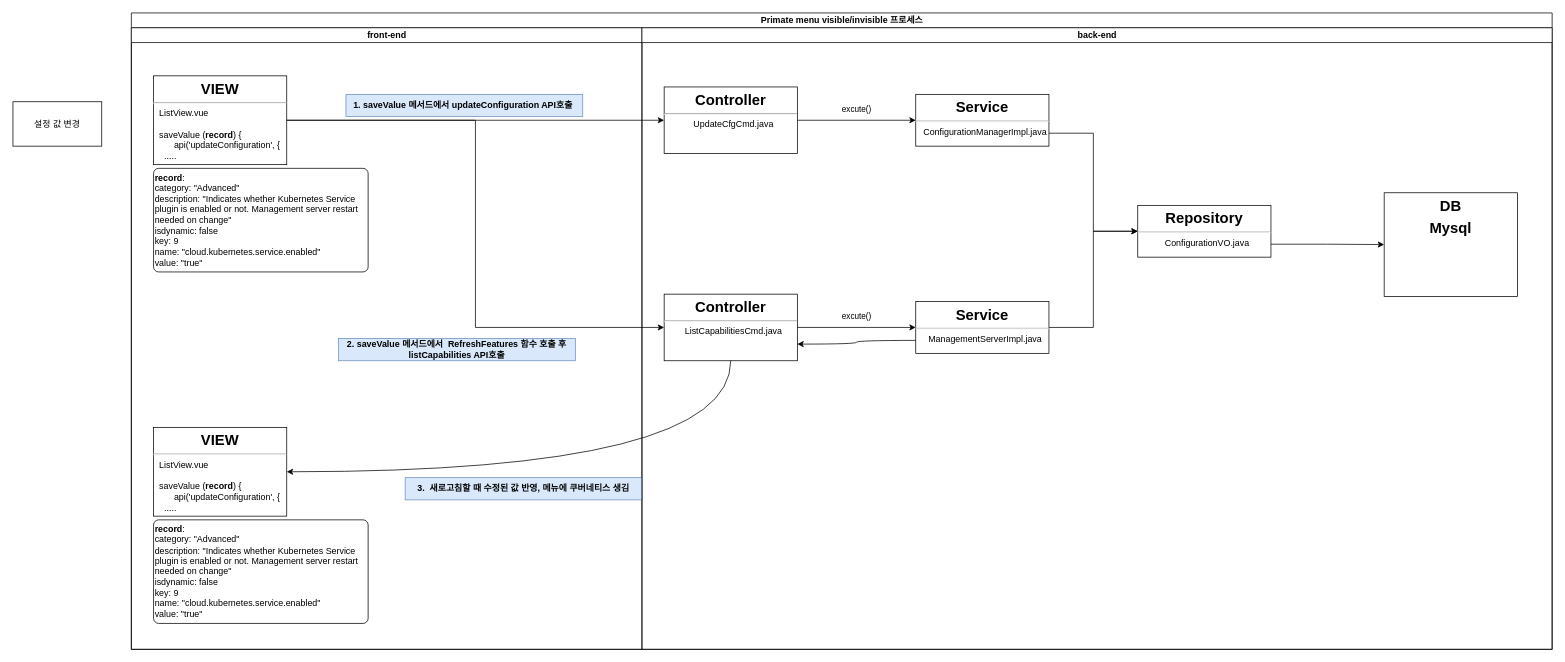
stardom3645/wiki keeps this draw.io diagram as page "페이지-2" (2 of 2) of kuber메뉴.drawio. Above is the earlier version. Source tidied: cells renumbered, new cells numbered last; positions are measured from the earlier drawing's top-left corner, leaving out a move shared by most shapes. Both pictures are drawn from the tidied source at 74%, with x=0, y=0 at pixel (13, 13).
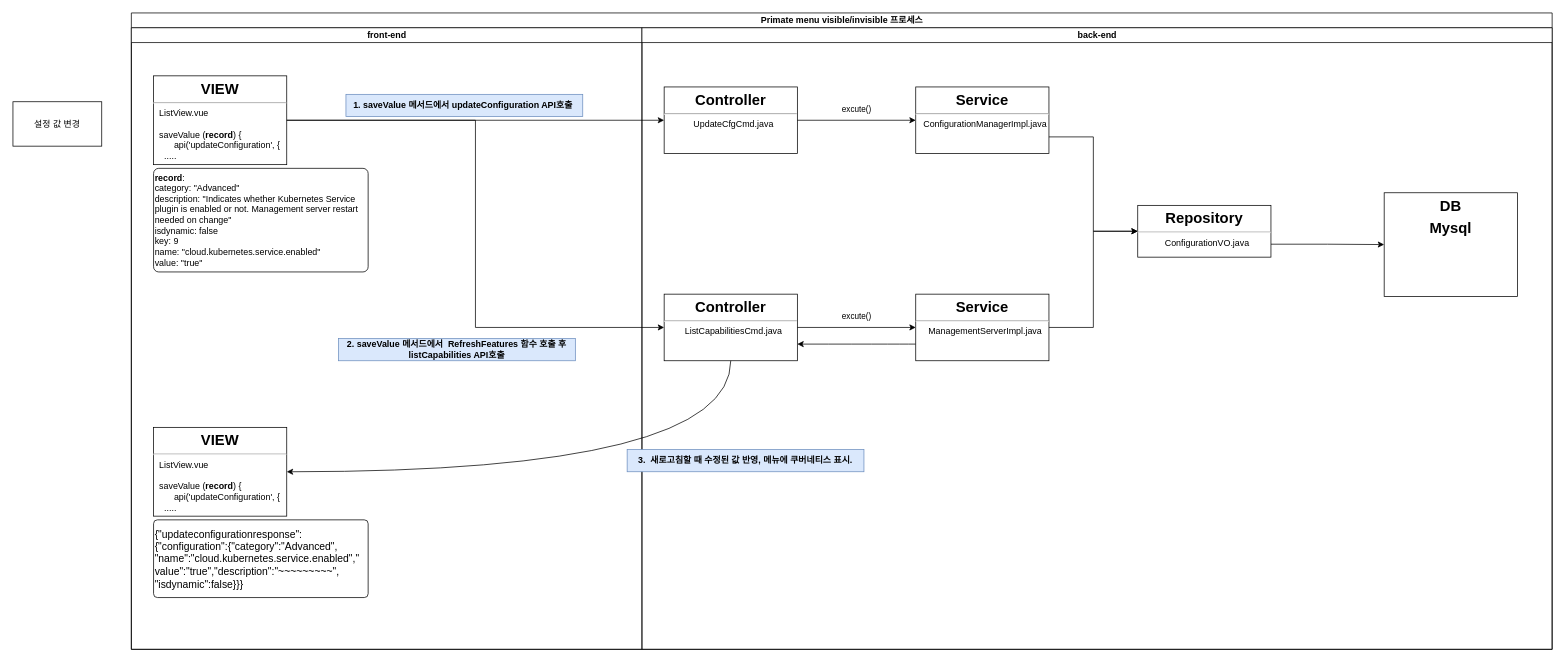
After the change.

Commit message:
kuber메뉴.drawio 업데이트

The change refers to these unchanged cells:
```xml
<mxCell id="3" value="front-end" style="swimlane;html=1;startSize=20;" parent="2" vertex="1">
  <mxGeometry y="20" width="690" height="840" as="geometry" />
</mxCell>
<mxCell id="12" value="back-end" style="swimlane;html=1;startSize=20;" parent="2" vertex="1">
  <mxGeometry x="690" y="20" width="1230" height="840" as="geometry" />
</mxCell>
```

Diff of the diagram source:
```diff
@@
-    <mxCell id="9" value="&lt;div&gt;&lt;font style=&quot;font-size: 12px&quot;&gt;&lt;b&gt;record&lt;/b&gt;:&lt;/font&gt;&lt;/div&gt;&lt;div&gt;&lt;font style=&quot;font-size: 12px&quot;&gt;category: &quot;Advanced&quot;&lt;/font&gt;&lt;/div&gt;&lt;div&gt;&lt;font style=&quot;font-size: 12px&quot;&gt;description: &quot;Indicates whether Kubernetes Service plugin is enabled or not. Management server restart needed on change&quot;&lt;/font&gt;&lt;/div&gt;&lt;div&gt;&lt;font style=&quot;font-size: 12px&quot;&gt;isdynamic: false&lt;/font&gt;&lt;/div&gt;&lt;div&gt;&lt;font style=&quot;font-size: 12px&quot;&gt;key: 9&lt;/font&gt;&lt;/div&gt;&lt;div&gt;&lt;font style=&quot;font-size: 12px&quot;&gt;name: &quot;cloud.kubernetes.service.enabled&quot;&lt;/font&gt;&lt;/div&gt;&lt;div&gt;&lt;font style=&quot;font-size: 12px&quot;&gt;value: &quot;true&quot;&lt;/font&gt;&lt;/div&gt;" style="rounded=1;whiteSpace=wrap;html=1;strokeColor=#000000;align=left;arcSize=5;" parent="3" vertex="1">
-      <mxGeometry x="30" y="665" width="290" height="140" as="geometry" />
+    <mxCell id="9" value="&lt;font style=&quot;font-size: 14px&quot;&gt;{&quot;updateconfigurationresponse&quot;:{&quot;configuration&quot;:{&quot;category&quot;:&quot;Advanced&quot;,&lt;br&gt;&quot;name&quot;:&quot;cloud.kubernetes.service.enabled&quot;,&quot;&lt;br&gt;&lt;/font&gt;&lt;div style=&quot;font-size: 14px&quot;&gt;value&quot;:&quot;true&quot;,&quot;description&quot;:&quot;~~~~~~~~~&quot;,&lt;/div&gt;&lt;div style=&quot;font-size: 14px&quot;&gt;&quot;isdynamic&quot;:false}}}&lt;/div&gt;" style="rounded=1;whiteSpace=wrap;html=1;strokeColor=#000000;align=left;arcSize=5;" parent="3" vertex="1">
+      <mxGeometry x="30" y="665" width="290" height="105" as="geometry" />
     </mxCell>
-    <mxCell id="10" value="&lt;span style=&quot;text-align: left&quot;&gt;3.&amp;nbsp; 새로고침할 때 수정된 값 반영, 메뉴에 쿠버네티스 생김&lt;/span&gt;" style="text;html=1;strokeColor=#6c8ebf;fillColor=#dae8fc;align=center;verticalAlign=middle;whiteSpace=wrap;rounded=0;fontStyle=1;" parent="3" vertex="1">
-      <mxGeometry x="370" y="608" width="320" height="30" as="geometry" />
-    </mxCell>
@@
     <mxCell id="14" value="&lt;p style=&quot;margin: 6px 0px 0px&quot;&gt;&lt;b&gt;&lt;font style=&quot;font-size: 20px&quot;&gt;Service&lt;/font&gt;&lt;/b&gt;&lt;/p&gt;&lt;hr&gt;&lt;p style=&quot;margin: 0px ; margin-left: 8px&quot;&gt;ConfigurationManagerImpl.java&lt;/p&gt;" style="align=center;overflow=fill;html=1;" parent="12" vertex="1">
-      <mxGeometry x="370" y="90" width="180" height="70" as="geometry" />
+      <mxGeometry x="370" y="80" width="180" height="90" as="geometry" />
     </mxCell>
@@
     <mxCell id="22" value="&lt;p style=&quot;margin: 6px 0px 0px&quot;&gt;&lt;b&gt;&lt;font style=&quot;font-size: 20px&quot;&gt;Service&lt;/font&gt;&lt;/b&gt;&lt;/p&gt;&lt;hr&gt;&lt;p style=&quot;margin: 0px ; margin-left: 8px&quot;&gt;&lt;span&gt;ManagementServerImpl.java&lt;/span&gt;&lt;br&gt;&lt;/p&gt;" style="align=center;overflow=fill;html=1;" parent="12" vertex="1">
-      <mxGeometry x="370" y="370" width="180" height="70" as="geometry" />
+      <mxGeometry x="370" y="360" width="180" height="90" as="geometry" />
     </mxCell>
@@
+    <mxCell id="10" value="&lt;span style=&quot;text-align: left&quot;&gt;3.&amp;nbsp; 새로고침할 때 수정된 값 반영, 메뉴에 쿠버네티스 표시.&lt;/span&gt;" style="text;html=1;strokeColor=#6c8ebf;fillColor=#dae8fc;align=center;verticalAlign=middle;whiteSpace=wrap;rounded=0;fontStyle=1;" parent="12" vertex="1">
+      <mxGeometry x="-20" y="570" width="320" height="30" as="geometry" />
+    </mxCell>
```
